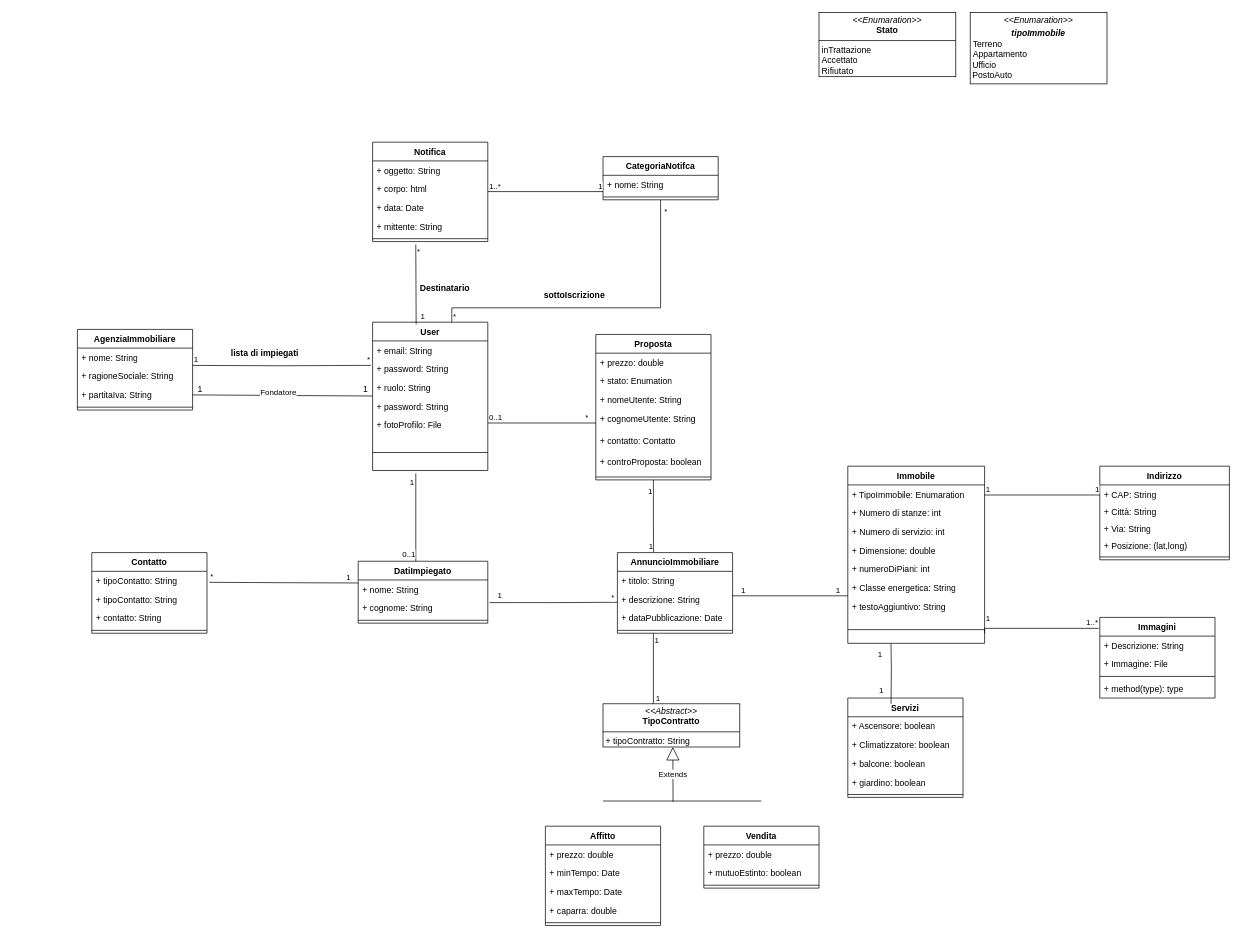
This is diagrammi/diagramma delle classi.drawio from Sperob98/Documentazione-DietiEstates25, a draw.io file, before an edit. Source tidied: cells renumbered, new cells numbered last; positions are measured from the earlier drawing's top-left corner, leaving out a move shared by most shapes. Both pictures are drawn from the tidied source at 72%, with x=0, y=0 at pixel (77, 12).
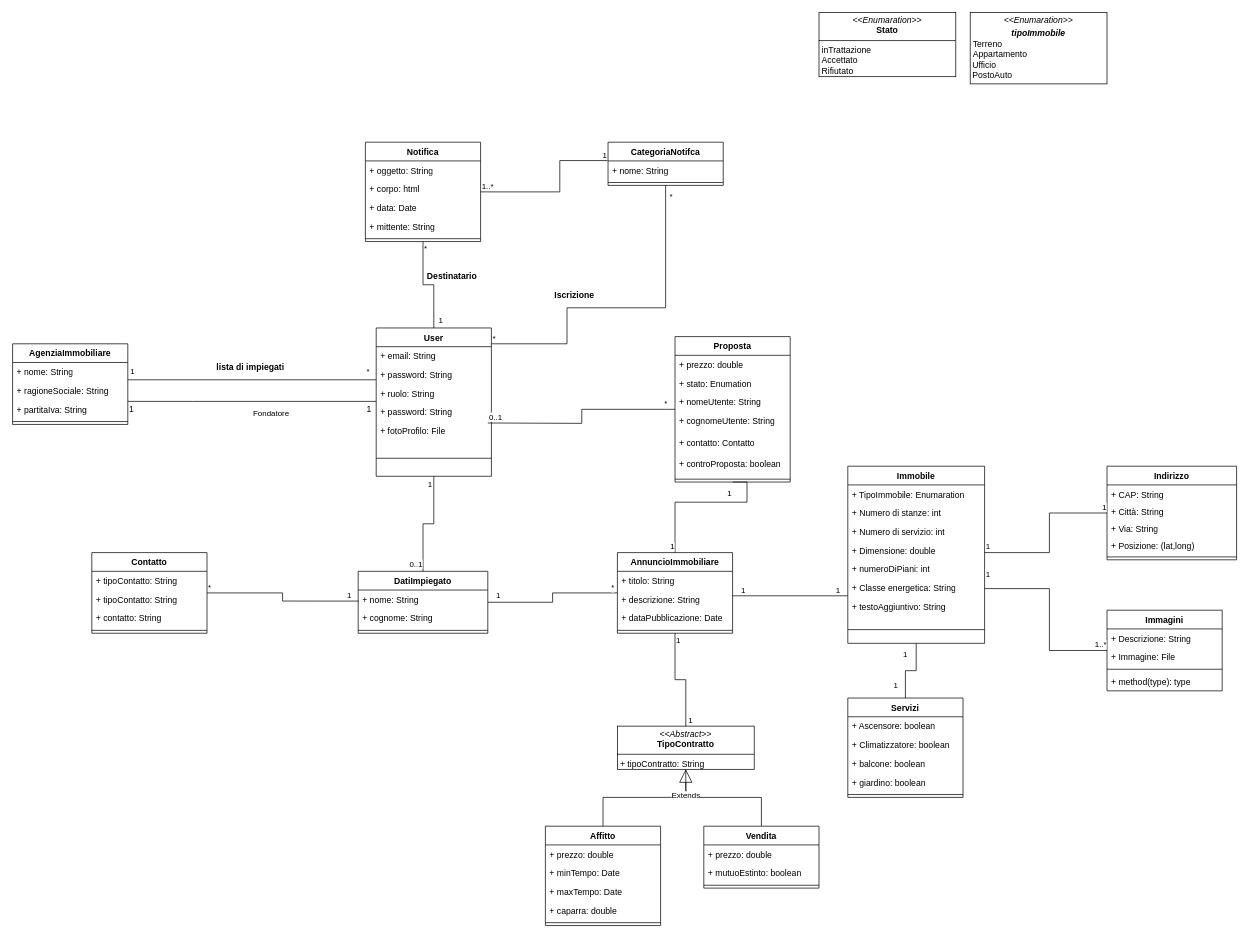
The same page after the edit.

Unchanged cells that the change refers to:
```xml
<mxCell id="2" value="Immobile" style="swimlane;fontStyle=1;align=center;verticalAlign=top;horizontal=1;startSize=26;whiteSpace=wrap;html=1;" parent="1" vertex="1">
  <mxGeometry x="1070" y="630" width="190" height="246" as="geometry" />
</mxCell>
<mxCell id="25" value="Affitto" style="swimlane;fontStyle=1;align=center;verticalAlign=top;horizontal=1;startSize=26;whiteSpace=wrap;html=1;" parent="1" vertex="1">
  <mxGeometry x="650" y="1130" width="160" height="138" as="geometry" />
</mxCell>
<mxCell id="31" value="Vendita" style="swimlane;fontStyle=1;align=center;verticalAlign=top;horizontal=1;startSize=26;whiteSpace=wrap;html=1;" parent="1" vertex="1">
  <mxGeometry x="870" y="1130" width="160" height="86" as="geometry" />
</mxCell>
<mxCell id="39" value="+ partitaIva: String" style="text;strokeColor=none;fillColor=none;align=left;verticalAlign=top;spacingLeft=4;spacingRight=4;overflow=hidden;points=[[0,0.5],[1,0.5]];portConstraint=eastwest;whiteSpace=wrap;html=1;" parent="36" vertex="1">
  <mxGeometry y="78" width="160" height="26" as="geometry" />
</mxCell>
<mxCell id="43" value="+ password: String" style="text;strokeColor=none;fillColor=none;align=left;verticalAlign=top;spacingLeft=4;spacingRight=4;overflow=hidden;points=[[0,0.5],[1,0.5]];portConstraint=eastwest;whiteSpace=wrap;html=1;" parent="41" vertex="1">
  <mxGeometry y="52" width="160" height="26" as="geometry" />
</mxCell>
<mxCell id="53" value="+ nome: String&lt;div&gt;&lt;br&gt;&lt;/div&gt;" style="text;strokeColor=none;fillColor=none;align=left;verticalAlign=top;spacingLeft=4;spacingRight=4;overflow=hidden;points=[[0,0.5],[1,0.5]];portConstraint=eastwest;whiteSpace=wrap;html=1;" parent="52" vertex="1">
  <mxGeometry y="26" width="180" height="26" as="geometry" />
</mxCell>
<mxCell id="54" value="+ cognome: String&lt;div&gt;&lt;br&gt;&lt;/div&gt;" style="text;strokeColor=none;fillColor=none;align=left;verticalAlign=top;spacingLeft=4;spacingRight=4;overflow=hidden;points=[[0,0.5],[1,0.5]];portConstraint=eastwest;whiteSpace=wrap;html=1;" parent="52" vertex="1">
  <mxGeometry y="52" width="180" height="26" as="geometry" />
</mxCell>
<mxCell id="56" value="Contatto" style="swimlane;fontStyle=1;align=center;verticalAlign=top;horizontal=1;startSize=26;whiteSpace=wrap;html=1;" parent="1" vertex="1">
  <mxGeometry x="20" y="750" width="160" height="112" as="geometry" />
</mxCell>
<mxCell id="67" value="AnnuncioImmobiliare" style="swimlane;fontStyle=1;align=center;verticalAlign=top;horizontal=1;startSize=26;whiteSpace=wrap;html=1;" parent="1" vertex="1">
  <mxGeometry x="750" y="750" width="160" height="112" as="geometry" />
</mxCell>
<mxCell id="113" value="Servizi" style="swimlane;fontStyle=1;align=center;verticalAlign=top;horizontal=1;startSize=26;whiteSpace=wrap;html=1;" parent="1" vertex="1">
  <mxGeometry x="1070" y="952" width="160" height="138" as="geometry" />
</mxCell>
<mxCell id="127" value="+ nome: String" style="text;strokeColor=none;fillColor=none;align=left;verticalAlign=top;spacingLeft=4;spacingRight=4;overflow=hidden;points=[[0,0.5],[1,0.5]];portConstraint=eastwest;whiteSpace=wrap;html=1;" parent="126" vertex="1">
  <mxGeometry y="26" width="160" height="26" as="geometry" />
</mxCell>
```

The edit, as a diff of the source:
```diff
@@
     <mxCell id="11" value="Indirizzo&lt;div&gt;&lt;br&gt;&lt;/div&gt;" style="swimlane;fontStyle=1;align=center;verticalAlign=top;horizontal=1;startSize=26;whiteSpace=wrap;html=1;" parent="1" vertex="1">
-      <mxGeometry x="1420" y="630" width="180" height="130" as="geometry" />
+      <mxGeometry x="1430" y="630" width="180" height="130" as="geometry" />
     </mxCell>
@@
     <mxCell id="17" value="Immagini" style="swimlane;fontStyle=1;align=center;verticalAlign=top;horizontal=1;startSize=26;whiteSpace=wrap;html=1;" parent="1" vertex="1">
-      <mxGeometry x="1420" y="840" width="160" height="112" as="geometry" />
+      <mxGeometry x="1430" y="830" width="160" height="112" as="geometry" />
     </mxCell>
@@
-    <mxCell id="22" style="endArrow=none;html=1;edgeStyle=orthogonalEdgeStyle;rounded=0;" parent="1" edge="1">
+    <mxCell id="22" style="endArrow=none;html=1;edgeStyle=orthogonalEdgeStyle;rounded=0;" parent="1" edge="1" source="2" target="11">
       <mxGeometry relative="1" as="geometry">
-        <mxPoint x="1260" y="670" as="sourcePoint" />
-        <mxPoint x="1420" y="670" as="targetPoint" />
+        <Array as="points">
+          <mxPoint x="1350" y="750" />
+          <mxPoint x="1350" y="695" />
+        </Array>
       </mxGeometry>
     </mxCell>
@@
+    <mxCell id="136" style="edgeStyle=orthogonalEdgeStyle;shape=connector;rounded=0;jettySize=auto;html=1;strokeColor=default;align=center;verticalAlign=middle;fontFamily=Helvetica;fontSize=11;fontColor=default;labelBackgroundColor=default;startFill=0;endArrow=none;" parent="1" edge="1" source="31" target="35">
+      <mxGeometry relative="1" as="geometry">
+        <Array as="points">
+          <mxPoint x="950" y="1090" />
+          <mxPoint x="845" y="1090" />
+        </Array>
+      </mxGeometry>
+    </mxCell>
@@
     <mxCell id="35" value="&lt;p style=&quot;margin:0px;margin-top:4px;text-align:center;&quot;&gt;&lt;i&gt;&amp;lt;&amp;lt;Abstract&amp;gt;&amp;gt;&lt;/i&gt;&lt;br&gt;&lt;b&gt;TipoContratto&lt;/b&gt;&lt;/p&gt;&lt;hr size=&quot;1&quot; style=&quot;border-style:solid;&quot;&gt;&lt;p style=&quot;margin:0px;margin-left:4px;&quot;&gt;+ tipoContratto: String&lt;/p&gt;" style="verticalAlign=top;align=left;overflow=fill;html=1;whiteSpace=wrap;" parent="1" vertex="1">
-      <mxGeometry x="730" y="960" width="190" height="60" as="geometry" />
+      <mxGeometry x="750" y="991" width="190" height="60" as="geometry" />
     </mxCell>
     <mxCell id="36" value="AgenziaImmobiliare&lt;div&gt;&lt;br&gt;&lt;/div&gt;" style="swimlane;fontStyle=1;align=center;verticalAlign=top;horizontal=1;startSize=26;whiteSpace=wrap;html=1;" parent="1" vertex="1">
-      <mxGeometry y="440" width="160" height="112" as="geometry" />
+      <mxGeometry x="-90" y="460" width="160" height="112" as="geometry" />
     </mxCell>
@@
+    <mxCell id="137" style="edgeStyle=orthogonalEdgeStyle;rounded=0;jettySize=auto;html=1;endArrow=none;startFill=0;" parent="1" edge="1" source="41" target="36">
+      <mxGeometry relative="1" as="geometry">
+        <Array as="points">
+          <mxPoint x="240" y="510" />
+          <mxPoint x="240" y="510" />
+        </Array>
+      </mxGeometry>
+    </mxCell>
     <mxCell id="41" value="User" style="swimlane;fontStyle=1;align=center;verticalAlign=top;horizontal=1;startSize=26;whiteSpace=wrap;html=1;" parent="1" vertex="1">
-      <mxGeometry x="410" y="430" width="160" height="206" as="geometry" />
+      <mxGeometry x="415" y="438" width="160" height="206" as="geometry" />
     </mxCell>
@@
-    <mxCell id="48" style="endArrow=none;html=1;edgeStyle=orthogonalEdgeStyle;rounded=0;entryX=-0.015;entryY=0.306;entryDx=0;entryDy=0;entryPerimeter=0;" parent="1" edge="1" target="43">
-      <mxGeometry relative="1" as="geometry">
-        <mxPoint x="160" y="490" as="sourcePoint" />
-      </mxGeometry>
-    </mxCell>
-    <mxCell id="49" value="1" style="edgeLabel;html=1;align=left;verticalAlign=bottom;" parent="48" vertex="1">
-      <mxGeometry x="-1" relative="1" as="geometry" />
-    </mxCell>
-    <mxCell id="50" value="*" style="edgeLabel;html=1;align=right;verticalAlign=bottom;" parent="48" vertex="1">
-      <mxGeometry x="1" relative="1" as="geometry" />
-    </mxCell>
     <mxCell id="51" value="lista di impiegati" style="text;align=center;fontStyle=1;verticalAlign=middle;spacingLeft=3;spacingRight=3;strokeColor=none;html=1;" parent="1" vertex="1">
-      <mxGeometry x="220" y="460" width="80" height="26" as="geometry" />
+      <mxGeometry x="200" y="480" width="80" height="26" as="geometry" />
     </mxCell>
     <mxCell id="52" value="DatiImpiegato" style="swimlane;fontStyle=1;align=center;verticalAlign=top;horizontal=1;startSize=26;whiteSpace=wrap;html=1;" parent="1" vertex="1">
-      <mxGeometry x="390" y="762" width="180" height="86" as="geometry" />
+      <mxGeometry x="390" y="776" width="180" height="86" as="geometry" />
     </mxCell>
@@
-    <mxCell id="61" style="endArrow=none;html=1;edgeStyle=orthogonalEdgeStyle;rounded=0;entryX=-0.015;entryY=0.306;entryDx=0;entryDy=0;entryPerimeter=0;exitX=1.021;exitY=0.888;exitDx=0;exitDy=0;exitPerimeter=0;" parent="1" edge="1">
-      <mxGeometry relative="1" as="geometry">
-        <mxPoint x="183.4" y="791.3" as="sourcePoint" />
-        <mxPoint x="390" y="792.2" as="targetPoint" />
-      </mxGeometry>
+    <mxCell id="61" style="endArrow=none;html=1;edgeStyle=orthogonalEdgeStyle;rounded=0;entryX=0.004;entryY=0.59;entryDx=0;entryDy=0;entryPerimeter=0;" parent="1" edge="1" source="56" target="53">
+      <mxGeometry relative="1" as="geometry" />
     </mxCell>
@@
-    <mxCell id="64" style="endArrow=none;html=1;edgeStyle=orthogonalEdgeStyle;rounded=0;" parent="1" edge="1">
-      <mxGeometry relative="1" as="geometry">
-        <mxPoint x="470" y="640" as="sourcePoint" />
-        <mxPoint x="470" y="762" as="targetPoint" />
-      </mxGeometry>
+    <mxCell id="64" style="endArrow=none;html=1;edgeStyle=orthogonalEdgeStyle;rounded=0;exitX=0.5;exitY=1;exitDx=0;exitDy=0;entryX=0.5;entryY=0;entryDx=0;entryDy=0;" parent="1" edge="1" source="41" target="52">
+      <mxGeometry relative="1" as="geometry" />
     </mxCell>
@@
-    <mxCell id="72" style="endArrow=none;html=1;edgeStyle=orthogonalEdgeStyle;rounded=0;entryX=1.014;entryY=0.209;entryDx=0;entryDy=0;entryPerimeter=0;" parent="1" edge="1" target="54">
-      <mxGeometry relative="1" as="geometry">
-        <mxPoint x="750" y="819" as="sourcePoint" />
-      </mxGeometry>
+    <mxCell id="72" style="endArrow=none;html=1;edgeStyle=orthogonalEdgeStyle;rounded=0;" parent="1" edge="1" source="67" target="52">
+      <mxGeometry relative="1" as="geometry" />
     </mxCell>
@@
-    <mxCell id="78" style="endArrow=none;html=1;edgeStyle=orthogonalEdgeStyle;rounded=0;" parent="1" edge="1">
-      <mxGeometry relative="1" as="geometry">
-        <mxPoint x="800" y="862" as="sourcePoint" />
-        <mxPoint x="800" y="960" as="targetPoint" />
-      </mxGeometry>
+    <mxCell id="78" style="endArrow=none;html=1;edgeStyle=orthogonalEdgeStyle;rounded=0;entryX=0.5;entryY=0;entryDx=0;entryDy=0;" parent="1" edge="1" source="67" target="35">
+      <mxGeometry relative="1" as="geometry" />
     </mxCell>
@@
     <mxCell id="81" value="Notifica" style="swimlane;fontStyle=1;align=center;verticalAlign=top;horizontal=1;startSize=26;whiteSpace=wrap;html=1;" parent="1" vertex="1">
-      <mxGeometry x="410" y="180" width="160" height="138" as="geometry" />
+      <mxGeometry x="400" y="180" width="160" height="138" as="geometry" />
     </mxCell>
@@
-    <mxCell id="87" value="Extends" style="endArrow=block;endSize=16;endFill=0;html=1;rounded=0;exitX=0.973;exitY=0.633;exitDx=0;exitDy=0;exitPerimeter=0;" parent="1" edge="1" source="107">
-      <mxGeometry relative="1" as="geometry">
-        <mxPoint x="827" y="1020" as="targetPoint" />
+    <mxCell id="87" value="Extends" style="endArrow=block;endSize=16;endFill=0;html=1;rounded=0;entryX=0.5;entryY=1;entryDx=0;entryDy=0;" parent="1" edge="1" source="25" target="35">
+      <mxGeometry x="0.62" relative="1" as="geometry">
+        <Array as="points">
+          <mxPoint x="730" y="1090" />
+          <mxPoint x="845" y="1090" />
+        </Array>
       </mxGeometry>
     </mxCell>
     <mxCell id="88" value="Proposta" style="swimlane;fontStyle=1;align=center;verticalAlign=top;horizontal=1;startSize=26;whiteSpace=wrap;html=1;" parent="1" vertex="1">
-      <mxGeometry x="720" y="447" width="160" height="202" as="geometry" />
+      <mxGeometry x="830" y="450" width="160" height="202" as="geometry" />
     </mxCell>
@@
-    <mxCell id="96" style="endArrow=none;html=1;edgeStyle=orthogonalEdgeStyle;rounded=0;" parent="1" edge="1">
+    <mxCell id="96" style="endArrow=none;html=1;edgeStyle=orthogonalEdgeStyle;rounded=0;" parent="1" edge="1" target="88">
       <mxGeometry relative="1" as="geometry">
         <mxPoint x="570" y="570" as="sourcePoint" />
-        <mxPoint x="720" y="570" as="targetPoint" />
       </mxGeometry>
     </mxCell>
@@
-    <mxCell id="99" style="endArrow=none;html=1;edgeStyle=orthogonalEdgeStyle;rounded=0;entryX=0.314;entryY=-0.007;entryDx=0;entryDy=0;entryPerimeter=0;exitX=0.5;exitY=1;exitDx=0;exitDy=0;" parent="1" edge="1" source="88" target="67">
-      <mxGeometry relative="1" as="geometry" />
+    <mxCell id="99" style="endArrow=none;html=1;edgeStyle=orthogonalEdgeStyle;rounded=0;exitX=0.5;exitY=1;exitDx=0;exitDy=0;" parent="1" edge="1" source="88" target="67">
+      <mxGeometry relative="1" as="geometry">
+        <Array as="points">
+          <mxPoint x="930" y="680" />
+          <mxPoint x="830" y="680" />
+        </Array>
+      </mxGeometry>
     </mxCell>
@@
-    <mxCell id="102" style="endArrow=none;html=1;edgeStyle=orthogonalEdgeStyle;rounded=0;entryX=0.378;entryY=0.015;entryDx=0;entryDy=0;entryPerimeter=0;" parent="1" edge="1" target="41">
-      <mxGeometry relative="1" as="geometry">
-        <mxPoint x="470" y="322" as="sourcePoint" />
-      </mxGeometry>
+    <mxCell id="102" style="endArrow=none;html=1;edgeStyle=orthogonalEdgeStyle;rounded=0;entryX=0.5;entryY=0;entryDx=0;entryDy=0;" parent="1" edge="1" source="81" target="41">
+      <mxGeometry relative="1" as="geometry" />
     </mxCell>
@@
     <mxCell id="105" value="Destinatario" style="text;align=center;fontStyle=1;verticalAlign=middle;spacingLeft=3;spacingRight=3;strokeColor=none;html=1;" parent="1" vertex="1">
-      <mxGeometry x="470" y="370" width="80" height="26" as="geometry" />
+      <mxGeometry x="480" y="354" width="80" height="26" as="geometry" />
     </mxCell>
@@
-    <mxCell id="107" style="line;strokeWidth=1;fillColor=none;align=left;verticalAlign=middle;spacingTop=-1;spacingLeft=3;spacingRight=3;labelPosition=right;points=[];portConstraint=eastwest;strokeColor=inherit;" parent="1" vertex="1">
-      <mxGeometry x="730" y="1090" width="100" height="10" as="geometry" />
-    </mxCell>
-    <mxCell id="108" style="line;strokeWidth=1;fillColor=none;align=left;verticalAlign=middle;spacingTop=-1;spacingLeft=3;spacingRight=3;labelPosition=right;strokeColor=inherit;" parent="1" vertex="1">
-      <mxGeometry x="830" y="1090" width="120" height="10" as="geometry" />
-    </mxCell>
-    <mxCell id="109" style="endArrow=none;html=1;edgeStyle=orthogonalEdgeStyle;rounded=0;entryX=-0.01;entryY=0.136;entryDx=0;entryDy=0;entryPerimeter=0;" parent="1" edge="1" target="17">
+    <mxCell id="109" style="endArrow=none;html=1;edgeStyle=orthogonalEdgeStyle;rounded=0;" parent="1" edge="1" source="2" target="17">
       <mxGeometry relative="1" as="geometry">
-        <mxPoint x="1260" y="862" as="sourcePoint" />
         <Array as="points">
-          <mxPoint x="1260" y="855" />
+          <mxPoint x="1350" y="800" />
+          <mxPoint x="1350" y="886" />
         </Array>
       </mxGeometry>
     </mxCell>
@@
-    <mxCell id="119" style="endArrow=none;html=1;edgeStyle=orthogonalEdgeStyle;rounded=0;entryX=0.375;entryY=0.058;entryDx=0;entryDy=0;entryPerimeter=0;" parent="1" edge="1" target="113">
-      <mxGeometry relative="1" as="geometry">
-        <mxPoint x="1130" y="876" as="sourcePoint" />
-      </mxGeometry>
+    <mxCell id="119" style="endArrow=none;html=1;edgeStyle=orthogonalEdgeStyle;rounded=0;" parent="1" edge="1" source="2" target="113">
+      <mxGeometry relative="1" as="geometry" />
     </mxCell>
@@
-    <mxCell id="122" style="endArrow=none;html=1;rounded=0;entryX=1;entryY=0.5;entryDx=0;entryDy=0;" parent="1" edge="1" source="41" target="39">
-      <mxGeometry relative="1" as="geometry" />
+    <mxCell id="122" style="endArrow=none;html=1;rounded=0;edgeStyle=orthogonalEdgeStyle;" parent="1" edge="1" source="41" target="36">
+      <mxGeometry relative="1" as="geometry">
+        <Array as="points">
+          <mxPoint x="160" y="540" />
+          <mxPoint x="160" y="540" />
+        </Array>
+      </mxGeometry>
     </mxCell>
     <mxCell id="123" value="Fondatore&lt;div&gt;&lt;br&gt;&lt;/div&gt;" style="edgeLabel;html=1;align=center;verticalAlign=middle;" parent="122" vertex="1">
       <mxGeometry x="-0.66" y="3" relative="1" as="geometry">
-        <mxPoint x="-88" y="-1" as="offset" />
+        <mxPoint x="-88" y="20" as="offset" />
       </mxGeometry>
     </mxCell>
     <mxCell id="124" value="1" style="text;html=1;align=center;verticalAlign=middle;strokeColor=none;fillColor=none;" parent="1" vertex="1">
-      <mxGeometry x="155" y="508" width="30" height="30" as="geometry" />
+      <mxGeometry x="60" y="536" width="30" height="30" as="geometry" />
     </mxCell>
     <mxCell id="125" value="1" style="text;html=1;align=center;verticalAlign=middle;strokeColor=none;fillColor=none;" parent="1" vertex="1">
-      <mxGeometry x="385" y="508" width="30" height="30" as="geometry" />
+      <mxGeometry x="390" y="536" width="30" height="30" as="geometry" />
     </mxCell>
     <mxCell id="126" value="CategoriaNotifca" style="swimlane;fontStyle=1;align=center;verticalAlign=top;horizontal=1;startSize=26;whiteSpace=wrap;html=1;" parent="1" vertex="1">
-      <mxGeometry x="730" y="200" width="160" height="60" as="geometry" />
+      <mxGeometry x="737" y="180" width="160" height="60" as="geometry" />
     </mxCell>
@@
-    <mxCell id="129" style="endArrow=none;html=1;edgeStyle=orthogonalEdgeStyle;rounded=0;" parent="1" edge="1">
+    <mxCell id="129" style="endArrow=none;html=1;edgeStyle=orthogonalEdgeStyle;rounded=0;entryX=-0.004;entryY=-0.018;entryDx=0;entryDy=0;entryPerimeter=0;" parent="1" edge="1" source="81" target="127">
       <mxGeometry relative="1" as="geometry">
-        <mxPoint x="570" y="248.6" as="sourcePoint" />
-        <mxPoint x="730" y="248.6" as="targetPoint" />
+        <Array as="points">
+          <mxPoint x="670" y="249" />
+          <mxPoint x="670" y="206" />
+        </Array>
       </mxGeometry>
     </mxCell>
@@
-    <mxCell id="132" style="endArrow=none;html=1;edgeStyle=orthogonalEdgeStyle;rounded=0;entryX=0.5;entryY=1;entryDx=0;entryDy=0;" parent="1" edge="1" target="126">
+    <mxCell id="132" style="endArrow=none;html=1;edgeStyle=orthogonalEdgeStyle;rounded=0;entryX=0.5;entryY=1;entryDx=0;entryDy=0;" parent="1" edge="1" source="41" target="126">
       <mxGeometry relative="1" as="geometry">
-        <mxPoint x="520" y="430" as="sourcePoint" />
         <Array as="points">
-          <mxPoint x="520" y="410" />
-          <mxPoint x="810" y="410" />
+          <mxPoint x="680" y="460" />
+          <mxPoint x="680" y="410" />
+          <mxPoint x="817" y="410" />
         </Array>
       </mxGeometry>
     </mxCell>
@@
-    <mxCell id="135" value="sottoIscrizione" style="text;align=center;fontStyle=1;verticalAlign=middle;spacingLeft=3;spacingRight=3;strokeColor=none;html=1;" parent="1" vertex="1">
+    <mxCell id="135" value="Iscrizione" style="text;align=center;fontStyle=1;verticalAlign=middle;spacingLeft=3;spacingRight=3;strokeColor=none;html=1;" parent="1" vertex="1">
       <mxGeometry x="650" y="380" width="80" height="26" as="geometry" />
     </mxCell>
+    <mxCell id="50" value="*" style="edgeLabel;html=1;align=left;verticalAlign=bottom;" parent="1" vertex="1">
+      <mxGeometry x="400" y="506" as="geometry" />
+    </mxCell>
+    <mxCell id="49" value="1" style="edgeLabel;html=1;align=right;verticalAlign=bottom;" parent="1" vertex="1">
+      <mxGeometry x="80" y="506" as="geometry" />
+    </mxCell>
```
